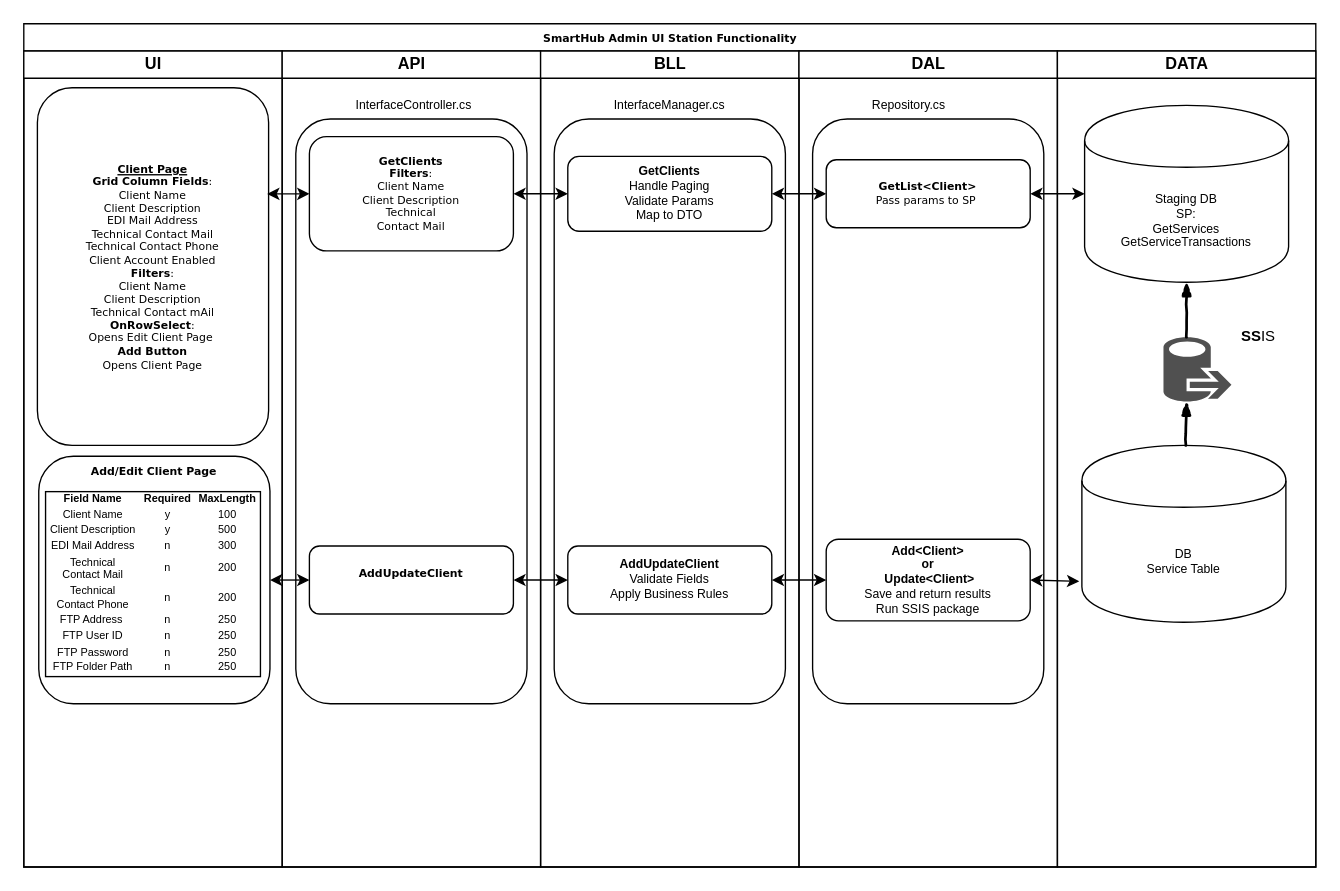
Earlier version of the draw.io diagram SHAdminUI-Station-Functionality.drawio (Cyrolies/TigersFreightDocs). Source tidied: cells renumbered, new cells numbered last; positions are measured from the earlier drawing's top-left corner, leaving out a move shared by most shapes. Both pictures are drawn from the tidied source at 136%, with x=0, y=0 at pixel (23, 23).
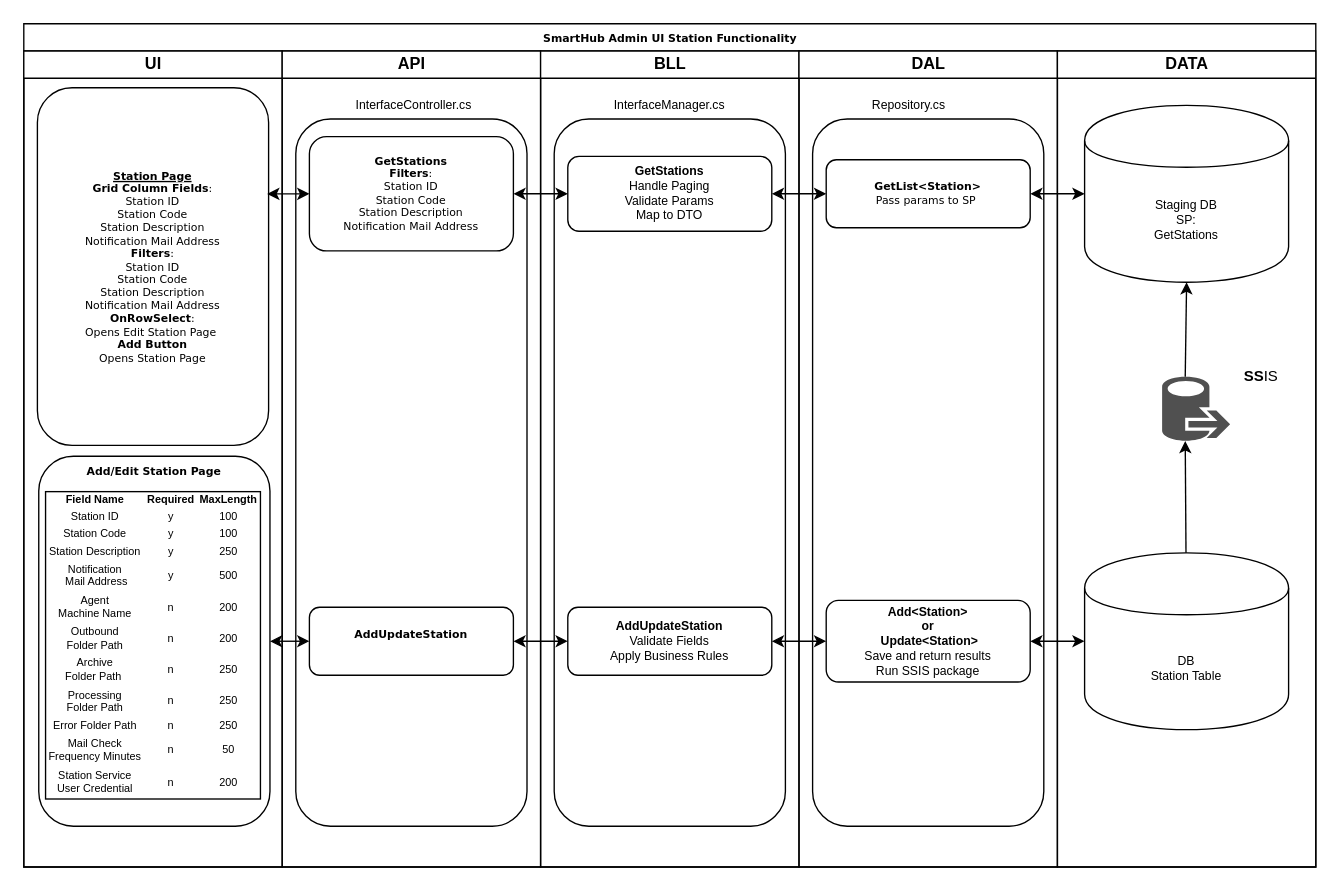
Above is the later version.

Unchanged cells that the change refers to:
```xml
<mxCell id="2" value="SmartHub Admin UI Station Functionality" style="swimlane;html=1;startSize=20;rounded=0;shadow=0;labelBackgroundColor=none;strokeColor=#000000;strokeWidth=1;fillColor=#ffffff;fontFamily=Verdana;fontSize=8;fontColor=#000000;align=center;verticalAlign=top;" parent="1" vertex="1">
  <mxGeometry width="950" height="620" as="geometry" />
</mxCell>
<mxCell id="3" value="UI" style="swimlane;html=1;startSize=20;" parent="2" vertex="1">
  <mxGeometry y="20" width="190" height="600" as="geometry" />
</mxCell>
<mxCell id="7" value="API" style="swimlane;html=1;startSize=20;" parent="2" vertex="1">
  <mxGeometry x="190" y="20" width="190" height="600" as="geometry" />
</mxCell>
<mxCell id="12" value="BLL" style="swimlane;html=1;startSize=20;" parent="2" vertex="1">
  <mxGeometry x="380" y="20" width="190" height="600" as="geometry" />
</mxCell>
<mxCell id="17" value="DAL" style="swimlane;html=1;startSize=20;" parent="2" vertex="1">
  <mxGeometry x="570" y="20" width="190" height="600" as="geometry" />
</mxCell>
<mxCell id="27" value="DATA" style="swimlane;html=1;startSize=20;align=center;" parent="2" vertex="1">
  <mxGeometry x="760" y="20" width="190" height="600" as="geometry" />
</mxCell>
```

The edit, as a diff of the source:
```diff
@@
-    <mxCell id="4" value="&lt;b&gt;&lt;u&gt;Client Page&lt;br&gt;&lt;/u&gt;Grid Column Fields&lt;/b&gt;:&lt;br&gt;Client Name&lt;br&gt;Client Description&lt;br&gt;EDI Mail Address&lt;br&gt;Technical Contact Mail&lt;br&gt;Technical Contact Phone&lt;br&gt;Client Account Enabled&lt;br&gt;&lt;b&gt;Filters&lt;/b&gt;:&lt;br&gt;Client Name&lt;br&gt;Client Description&lt;br&gt;Technical Contact mAil&lt;br&gt;&lt;b&gt;OnRowSelect&lt;/b&gt;:&lt;br&gt;Opens Edit Client Page&amp;nbsp;&lt;br&gt;&lt;b&gt;Add Button&lt;/b&gt;&lt;br&gt;Opens Client Page" style="rounded=1;whiteSpace=wrap;html=1;shadow=0;labelBackgroundColor=none;strokeColor=#000000;strokeWidth=1;fillColor=#ffffff;fontFamily=Verdana;fontSize=8;fontColor=#000000;align=center;" parent="3" vertex="1">
+    <mxCell id="4" value="&lt;b&gt;&lt;u&gt;Station Page&lt;br&gt;&lt;/u&gt;Grid Column Fields&lt;/b&gt;:&lt;br&gt;Station ID&lt;br&gt;Station Code&lt;br&gt;Station Description&lt;br&gt;Notification Mail Address&lt;br&gt;&lt;b&gt;Filters&lt;/b&gt;:&lt;br&gt;Station ID&lt;br&gt;Station Code&lt;br&gt;Station Description&lt;br&gt;Notification Mail Address&lt;br&gt;&lt;b&gt;OnRowSelect&lt;/b&gt;:&lt;br&gt;Opens Edit Station Page&amp;nbsp;&lt;br&gt;&lt;b&gt;Add Button&lt;/b&gt;&lt;br&gt;Opens Station Page" style="rounded=1;whiteSpace=wrap;html=1;shadow=0;labelBackgroundColor=none;strokeColor=#000000;strokeWidth=1;fillColor=#ffffff;fontFamily=Verdana;fontSize=8;fontColor=#000000;align=center;" parent="3" vertex="1">
       <mxGeometry x="10" y="27" width="170" height="263" as="geometry" />
     </mxCell>
-    <mxCell id="5" value="&lt;b&gt;Add/Edit Client Page&lt;/b&gt;&lt;br&gt;&lt;br&gt;&lt;br&gt;&lt;br&gt;&lt;br&gt;&lt;br&gt;&lt;br&gt;&lt;br&gt;&lt;br&gt;&lt;br&gt;&lt;br&gt;&lt;br&gt;&lt;br&gt;&lt;br&gt;&lt;br&gt;&lt;br&gt;&lt;br&gt;&lt;br&gt;&lt;br&gt;&lt;br&gt;&lt;br&gt;&lt;br&gt;&lt;br&gt;&lt;br&gt;&lt;br&gt;" style="rounded=1;whiteSpace=wrap;html=1;shadow=0;labelBackgroundColor=none;strokeColor=#000000;strokeWidth=1;fillColor=#ffffff;fontFamily=Verdana;fontSize=8;fontColor=#000000;align=center;verticalAlign=top;" parent="3" vertex="1">
-      <mxGeometry x="11" y="298" width="170" height="182" as="geometry" />
+    <mxCell id="5" value="&lt;b&gt;Add/Edit Station Page&lt;/b&gt;&lt;br&gt;&lt;br&gt;&lt;br&gt;&lt;br&gt;&lt;br&gt;&lt;br&gt;&lt;br&gt;&lt;br&gt;&lt;br&gt;&lt;br&gt;&lt;br&gt;&lt;br&gt;&lt;br&gt;&lt;br&gt;&lt;br&gt;&lt;br&gt;&lt;br&gt;&lt;br&gt;&lt;br&gt;&lt;br&gt;&lt;br&gt;&lt;br&gt;&lt;br&gt;&lt;br&gt;" style="rounded=1;whiteSpace=wrap;html=1;shadow=0;labelBackgroundColor=none;strokeColor=#000000;strokeWidth=1;fillColor=#ffffff;fontFamily=Verdana;fontSize=8;fontColor=#000000;align=center;verticalAlign=top;" parent="3" vertex="1">
+      <mxGeometry x="11" y="298" width="170" height="272" as="geometry" />
     </mxCell>
-    <mxCell id="6" value="&lt;table border=&quot;0&quot; width=&quot;100%&quot; style=&quot;width: 100% ; height: 100% ; border-collapse: collapse&quot;&gt;&lt;tbody&gt;&lt;tr&gt;&lt;td&gt;&lt;b&gt;Field Name&lt;/b&gt;&lt;/td&gt;&lt;td&gt;&lt;b&gt;Required&lt;/b&gt;&lt;/td&gt;&lt;td&gt;&lt;b&gt;MaxLength&lt;/b&gt;&lt;/td&gt;&lt;/tr&gt;&lt;tr&gt;&lt;td&gt;Client Name&lt;/td&gt;&lt;td&gt;y&lt;/td&gt;&lt;td&gt;100&lt;/td&gt;&lt;/tr&gt;&lt;tr&gt;&lt;td&gt;Client Description&lt;/td&gt;&lt;td&gt;y&lt;/td&gt;&lt;td&gt;500&lt;/td&gt;&lt;/tr&gt;&lt;tr&gt;&lt;td&gt;EDI Mail Address&lt;/td&gt;&lt;td&gt;n&lt;/td&gt;&lt;td&gt;300&lt;/td&gt;&lt;/tr&gt;&lt;tr&gt;&lt;td&gt;Technical &lt;br&gt;Contact Mail&lt;/td&gt;&lt;td&gt;n&lt;/td&gt;&lt;td&gt;200&lt;/td&gt;&lt;/tr&gt;&lt;tr&gt;&lt;td&gt;Technical&lt;br&gt;Contact Phone&lt;/td&gt;&lt;td&gt;n&lt;/td&gt;&lt;td&gt;200&lt;/td&gt;&lt;/tr&gt;&lt;tr&gt;&lt;td&gt;FTP Address&amp;nbsp;&lt;/td&gt;&lt;td&gt;n&lt;/td&gt;&lt;td&gt;250&lt;/td&gt;&lt;/tr&gt;&lt;tr&gt;&lt;td&gt;FTP User ID&lt;/td&gt;&lt;td&gt;n&lt;/td&gt;&lt;td&gt;250&lt;/td&gt;&lt;/tr&gt;&lt;tr&gt;&lt;td&gt;FTP Password&lt;/td&gt;&lt;td&gt;n&lt;/td&gt;&lt;td&gt;250&lt;/td&gt;&lt;/tr&gt;&lt;tr&gt;&lt;td&gt;FTP Folder Path&lt;/td&gt;&lt;td&gt;n&lt;/td&gt;&lt;td&gt;250&lt;/td&gt;&lt;/tr&gt;&lt;/tbody&gt;&lt;/table&gt;" style="text;html=1;strokeColor=#000000;fillColor=none;overflow=fill;fontSize=8;align=center;strokeWidth=1;" parent="3" vertex="1">
-      <mxGeometry x="16" y="324" width="158" height="136" as="geometry" />
+    <mxCell id="6" value="&lt;table border=&quot;0&quot; width=&quot;100%&quot; style=&quot;width: 100% ; height: 100% ; border-collapse: collapse&quot;&gt;&lt;tbody&gt;&lt;tr&gt;&lt;td&gt;&lt;b&gt;Field Name&lt;/b&gt;&lt;/td&gt;&lt;td&gt;&lt;b&gt;Required&lt;/b&gt;&lt;/td&gt;&lt;td&gt;&lt;b&gt;MaxLength&lt;/b&gt;&lt;/td&gt;&lt;/tr&gt;&lt;tr&gt;&lt;td&gt;Station ID&lt;/td&gt;&lt;td&gt;y&lt;/td&gt;&lt;td&gt;100&lt;/td&gt;&lt;/tr&gt;&lt;tr&gt;&lt;td&gt;Station Code&lt;/td&gt;&lt;td&gt;y&lt;/td&gt;&lt;td&gt;100&lt;/td&gt;&lt;/tr&gt;&lt;tr&gt;&lt;td&gt;Station Description&lt;/td&gt;&lt;td&gt;y&lt;/td&gt;&lt;td&gt;250&lt;/td&gt;&lt;/tr&gt;&lt;tr&gt;&lt;td&gt;Notification&lt;br&gt;&amp;nbsp;Mail Address&lt;/td&gt;&lt;td&gt;y&lt;/td&gt;&lt;td&gt;500&lt;/td&gt;&lt;/tr&gt;&lt;tr&gt;&lt;td&gt;Agent &lt;br&gt;Machine Name&lt;/td&gt;&lt;td&gt;n&lt;/td&gt;&lt;td&gt;200&lt;/td&gt;&lt;/tr&gt;&lt;tr&gt;&lt;td&gt;Outbound&lt;br&gt;Folder Path&lt;/td&gt;&lt;td&gt;n&lt;/td&gt;&lt;td&gt;200&lt;/td&gt;&lt;/tr&gt;&lt;tr&gt;&lt;td&gt;Archive&lt;br&gt;Folder Path&amp;nbsp;&lt;/td&gt;&lt;td&gt;n&lt;/td&gt;&lt;td&gt;250&lt;/td&gt;&lt;/tr&gt;&lt;tr&gt;&lt;td&gt;Processing&lt;br&gt;Folder Path&lt;/td&gt;&lt;td&gt;n&lt;/td&gt;&lt;td&gt;250&lt;/td&gt;&lt;/tr&gt;&lt;tr&gt;&lt;td&gt;Error Folder Path&lt;/td&gt;&lt;td&gt;n&lt;/td&gt;&lt;td&gt;250&lt;/td&gt;&lt;/tr&gt;&lt;tr&gt;&lt;td&gt;Mail Check&lt;br&gt;Frequency Minutes&lt;/td&gt;&lt;td&gt;n&lt;/td&gt;&lt;td&gt;50&lt;/td&gt;&lt;/tr&gt;&lt;tr&gt;&lt;td&gt;Station Service&lt;br&gt;User Credential&lt;/td&gt;&lt;td&gt;n&lt;/td&gt;&lt;td&gt;200&lt;/td&gt;&lt;/tr&gt;&lt;/tbody&gt;&lt;/table&gt;" style="text;html=1;strokeColor=#000000;fillColor=none;overflow=fill;fontSize=8;align=center;strokeWidth=1;" parent="3" vertex="1">
+      <mxGeometry x="16" y="324" width="158" height="226" as="geometry" />
     </mxCell>
@@
     <mxCell id="8" style="rounded=1;whiteSpace=wrap;html=1;fontSize=9;align=center;" parent="7" vertex="1">
-      <mxGeometry x="10" y="50" width="170" height="430" as="geometry" />
+      <mxGeometry x="10" y="50" width="170" height="520" as="geometry" />
     </mxCell>
-    <mxCell id="9" value="&lt;b&gt;GetClients&lt;br&gt;Filters&lt;/b&gt;:&lt;br&gt;Client Name&lt;br&gt;Client Description&lt;br&gt;Technical&lt;br&gt;Contact Mail" style="rounded=1;whiteSpace=wrap;html=1;shadow=0;labelBackgroundColor=none;strokeColor=#000000;strokeWidth=1;fillColor=#ffffff;fontFamily=Verdana;fontSize=8;fontColor=#000000;align=center;" parent="7" vertex="1">
+    <mxCell id="9" value="&lt;b&gt;GetStations&lt;br&gt;Filters&lt;/b&gt;:&lt;br&gt;Station ID&lt;br&gt;Station Code&lt;br&gt;Station Description&lt;br&gt;Notification Mail Address" style="rounded=1;whiteSpace=wrap;html=1;shadow=0;labelBackgroundColor=none;strokeColor=#000000;strokeWidth=1;fillColor=#ffffff;fontFamily=Verdana;fontSize=8;fontColor=#000000;align=center;" parent="7" vertex="1">
       <mxGeometry x="20" y="63" width="150" height="84" as="geometry" />
     </mxCell>
-    <mxCell id="10" value="&lt;b&gt;AddUpdateClient&lt;br&gt;&amp;nbsp;&lt;/b&gt;" style="rounded=1;whiteSpace=wrap;html=1;shadow=0;labelBackgroundColor=none;strokeColor=#000000;strokeWidth=1;fillColor=#ffffff;fontFamily=Verdana;fontSize=8;fontColor=#000000;align=center;verticalAlign=middle;" parent="7" vertex="1">
-      <mxGeometry x="20" y="364" width="150" height="50" as="geometry" />
+    <mxCell id="10" value="&lt;b&gt;AddUpdateStation&lt;br&gt;&amp;nbsp;&lt;/b&gt;" style="rounded=1;whiteSpace=wrap;html=1;shadow=0;labelBackgroundColor=none;strokeColor=#000000;strokeWidth=1;fillColor=#ffffff;fontFamily=Verdana;fontSize=8;fontColor=#000000;align=center;verticalAlign=middle;" parent="7" vertex="1">
+      <mxGeometry x="20" y="409" width="150" height="50" as="geometry" />
     </mxCell>
@@
     <mxCell id="13" style="rounded=1;whiteSpace=wrap;html=1;shadow=0;labelBackgroundColor=none;strokeColor=#000000;strokeWidth=1;fillColor=#ffffff;fontFamily=Verdana;fontSize=8;fontColor=#000000;align=center;" parent="12" vertex="1">
-      <mxGeometry x="10" y="50" width="170" height="430" as="geometry" />
+      <mxGeometry x="10" y="50" width="170" height="520" as="geometry" />
     </mxCell>
@@
-    <mxCell id="15" value="&lt;b&gt;GetClients&lt;/b&gt;&lt;br&gt;Handle Paging&lt;br&gt;Validate Params&lt;br&gt;Map to DTO" style="rounded=1;whiteSpace=wrap;html=1;fontSize=9;align=center;" parent="12" vertex="1">
+    <mxCell id="15" value="&lt;b&gt;GetStations&lt;/b&gt;&lt;br&gt;Handle Paging&lt;br&gt;Validate Params&lt;br&gt;Map to DTO" style="rounded=1;whiteSpace=wrap;html=1;fontSize=9;align=center;" parent="12" vertex="1">
       <mxGeometry x="20" y="77.5" width="150" height="55" as="geometry" />
     </mxCell>
-    <mxCell id="16" value="&lt;b&gt;AddUpdateClient&lt;/b&gt;&lt;br&gt;Validate Fields&lt;br&gt;Apply Business Rules" style="rounded=1;whiteSpace=wrap;html=1;fontSize=9;align=center;" parent="12" vertex="1">
-      <mxGeometry x="20" y="364" width="150" height="50" as="geometry" />
+    <mxCell id="16" value="&lt;b&gt;AddUpdateStation&lt;/b&gt;&lt;br&gt;Validate Fields&lt;br&gt;Apply Business Rules" style="rounded=1;whiteSpace=wrap;html=1;fontSize=9;align=center;" parent="12" vertex="1">
+      <mxGeometry x="20" y="409" width="150" height="50" as="geometry" />
     </mxCell>
@@
     <mxCell id="18" style="rounded=1;whiteSpace=wrap;html=1;fontSize=9;align=center;" parent="17" vertex="1">
-      <mxGeometry x="10" y="50" width="170" height="430" as="geometry" />
+      <mxGeometry x="10" y="50" width="170" height="520" as="geometry" />
     </mxCell>
-    <mxCell id="19" value="&lt;b&gt;GetList&amp;lt;Client&amp;gt;&lt;br&gt;&lt;/b&gt;Pass params to SP&amp;nbsp;" style="rounded=1;whiteSpace=wrap;html=1;shadow=0;labelBackgroundColor=none;strokeColor=#000000;strokeWidth=1;fillColor=#ffffff;fontFamily=Verdana;fontSize=8;fontColor=#000000;align=center;" parent="17" vertex="1">
+    <mxCell id="19" value="&lt;b&gt;GetList&amp;lt;Station&amp;gt;&lt;br&gt;&lt;/b&gt;Pass params to SP&amp;nbsp;" style="rounded=1;whiteSpace=wrap;html=1;shadow=0;labelBackgroundColor=none;strokeColor=#000000;strokeWidth=1;fillColor=#ffffff;fontFamily=Verdana;fontSize=8;fontColor=#000000;align=center;" parent="17" vertex="1">
       <mxGeometry x="20" y="80" width="150" height="50" as="geometry" />
     </mxCell>
-    <mxCell id="20" value="&lt;b&gt;Add&amp;lt;Client&amp;gt; &lt;br&gt;or&lt;br&gt;&amp;nbsp;Update&amp;lt;Client&amp;gt;&lt;br&gt;&lt;/b&gt;Save and return results&lt;br&gt;Run SSIS package" style="rounded=1;whiteSpace=wrap;html=1;fontSize=9;align=center;" parent="17" vertex="1">
-      <mxGeometry x="20" y="359" width="150" height="60" as="geometry" />
+    <mxCell id="20" value="&lt;b&gt;Add&amp;lt;Station&amp;gt; &lt;br&gt;or&lt;br&gt;&amp;nbsp;Update&amp;lt;Station&amp;gt;&lt;br&gt;&lt;/b&gt;Save and return results&lt;br&gt;Run SSIS package" style="rounded=1;whiteSpace=wrap;html=1;fontSize=9;align=center;" parent="17" vertex="1">
+      <mxGeometry x="20" y="404" width="150" height="60" as="geometry" />
     </mxCell>
@@
-    <mxCell id="28" value="Staging DB&lt;br&gt;SP:&lt;br&gt;GetServices&lt;br&gt;GetServiceTransactions" style="shape=cylinder;whiteSpace=wrap;html=1;boundedLbl=1;backgroundOutline=1;fontSize=9;align=center;" parent="27" vertex="1">
+    <mxCell id="28" value="Staging DB&lt;br&gt;SP:&lt;br&gt;GetStations&lt;br&gt;" style="shape=cylinder;whiteSpace=wrap;html=1;boundedLbl=1;backgroundOutline=1;fontSize=9;align=center;" parent="27" vertex="1">
       <mxGeometry x="20" y="40" width="150" height="130" as="geometry" />
     </mxCell>
-    <mxCell id="29" value="DB&lt;br&gt;Service Table" style="shape=cylinder;whiteSpace=wrap;html=1;boundedLbl=1;backgroundOutline=1;fontSize=9;align=center;" parent="27" vertex="1">
-      <mxGeometry x="18" y="290" width="150" height="130" as="geometry" />
+    <mxCell id="29" value="DB&lt;br&gt;Station Table" style="shape=cylinder;whiteSpace=wrap;html=1;boundedLbl=1;backgroundOutline=1;fontSize=9;align=center;" parent="27" vertex="1">
+      <mxGeometry x="20" y="369" width="150" height="130" as="geometry" />
     </mxCell>
     <mxCell id="30" style="shadow=0;dashed=0;html=1;strokeColor=none;labelPosition=center;verticalLabelPosition=bottom;verticalAlign=top;align=center;shape=mxgraph.mscae.intune.data_migration_wizard;fillColor=#505050;fontSize=9;" parent="27" vertex="1">
-      <mxGeometry x="78" y="210" width="50" height="48" as="geometry" />
+      <mxGeometry x="77" y="239" width="50" height="48" as="geometry" />
     </mxCell>
+    <mxCell id="32" value="&lt;font style=&quot;font-size: 11px&quot;&gt;&lt;b&gt;SS&lt;/b&gt;IS&lt;/font&gt;" style="text;html=1;strokeColor=none;fillColor=none;align=center;verticalAlign=middle;whiteSpace=wrap;rounded=0;fontSize=9;" parent="27" vertex="1">
+      <mxGeometry x="130" y="229" width="40" height="20" as="geometry" />
+    </mxCell>
-    <mxCell id="31" style="rounded=0;comic=1;strokeWidth=2;endArrow=blockThin;html=1;fontFamily=Comic Sans MS;fontStyle=1;entryX=0.34;entryY=0.995;entryDx=0;entryDy=0;entryPerimeter=0;" parent="27" edge="1" source="29" target="30">
+    <mxCell id="31" style="endArrow=classic;html=1;entryX=0.34;entryY=0.995;entryDx=0;entryDy=0;entryPerimeter=0;" parent="27" edge="1" source="29" target="30">
       <mxGeometry relative="1" as="geometry" />
     </mxCell>
-    <mxCell id="32" value="&lt;font style=&quot;font-size: 11px&quot;&gt;&lt;b&gt;SS&lt;/b&gt;IS&lt;/font&gt;" style="text;html=1;strokeColor=none;fillColor=none;align=center;verticalAlign=middle;whiteSpace=wrap;rounded=0;fontSize=9;" parent="27" vertex="1">
-      <mxGeometry x="128" y="200" width="40" height="20" as="geometry" />
-    </mxCell>
-    <mxCell id="33" style="rounded=0;comic=1;strokeWidth=2;endArrow=blockThin;html=1;fontFamily=Comic Sans MS;fontStyle=1;exitX=0.34;exitY=0.01;exitDx=0;exitDy=0;entryX=0.5;entryY=1;entryDx=0;entryDy=0;exitPerimeter=0;" parent="27" edge="1" source="30" target="28">
+    <mxCell id="33" style="endArrow=classic;html=1;entryX=0.5;entryY=1;entryDx=0;entryDy=0;exitX=0.34;exitY=0.01;exitDx=0;exitDy=0;exitPerimeter=0;" parent="27" edge="1" source="30" target="28">
       <mxGeometry relative="1" as="geometry" />
     </mxCell>
-    <mxCell id="34" style="endArrow=classic;startArrow=classic;html=1;entryX=-0.013;entryY=0.769;entryDx=0;entryDy=0;entryPerimeter=0;exitX=1;exitY=0.5;exitDx=0;exitDy=0;" parent="2" edge="1" source="20" target="29">
+    <mxCell id="34" style="endArrow=classic;startArrow=classic;html=1;entryX=0;entryY=0.5;entryDx=0;entryDy=0;exitX=1;exitY=0.5;exitDx=0;exitDy=0;" parent="2" edge="1" source="20" target="29">
       <mxGeometry relative="1" as="geometry" />
     </mxCell>
```
